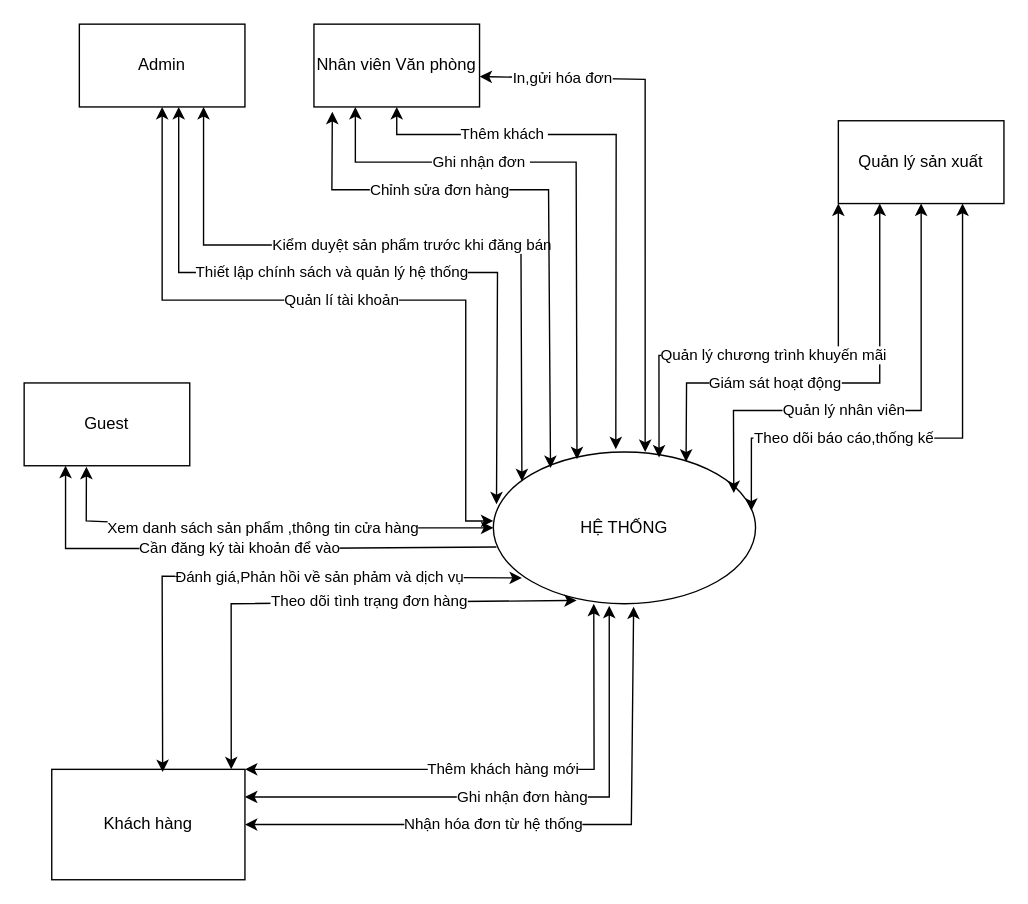
The draw.io diagram Quanlydonhanng_Bai2_context.drawio in NgoAnhThanThien/thanthien123, before the edit. Source tidied: cells renumbered, new cells numbered last; positions are measured from the earlier drawing's top-left corner, leaving out a move shared by most shapes. Both pictures are drawn from the tidied source at 138%, with x=0, y=0 at pixel (23, 23).
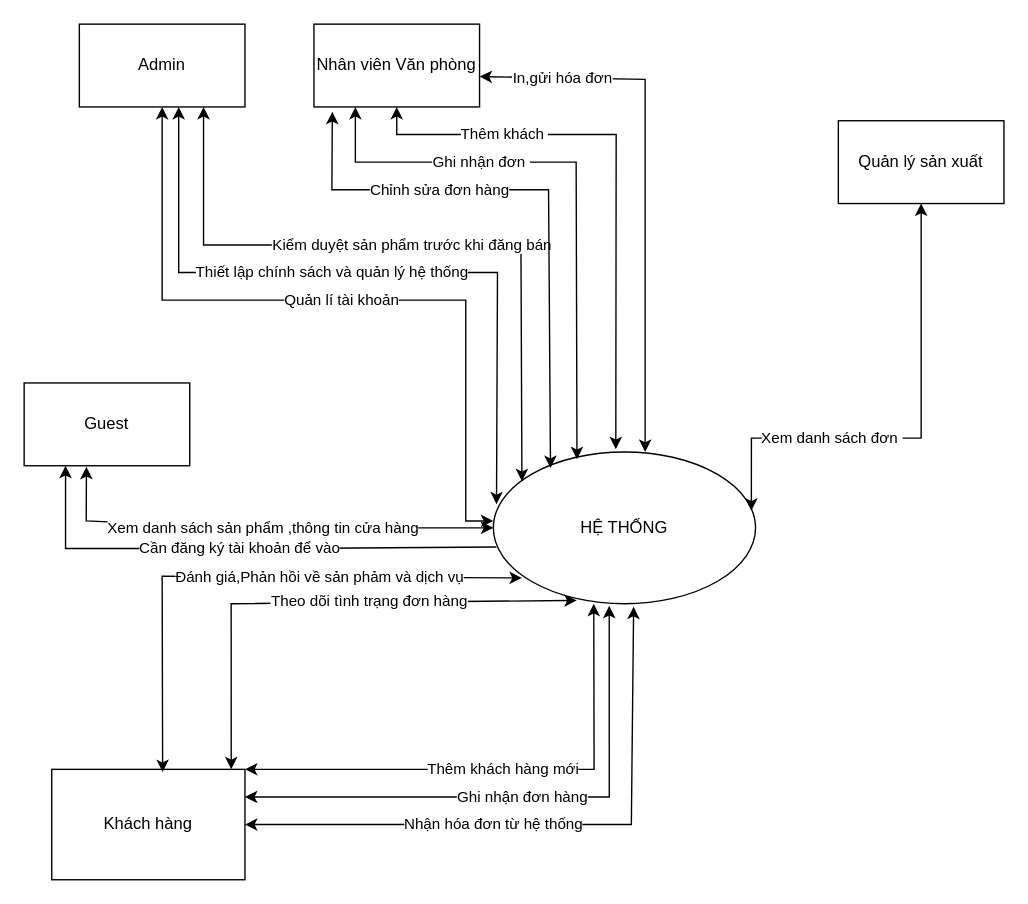
After the change.

The change refers to these unchanged cells:
```xml
<mxCell id="2" value="HỆ THỐNG" style="ellipse;whiteSpace=wrap;html=1;" parent="1" vertex="1">
  <mxGeometry x="340" y="310" width="190" height="110" as="geometry" />
</mxCell>
<mxCell id="7" value="Quản lý sản xuất" style="rounded=0;whiteSpace=wrap;html=1;" parent="1" vertex="1">
  <mxGeometry x="590" y="70" width="120" height="60" as="geometry" />
</mxCell>
```

What changed in the source:
```diff
@@
-    <mxCell id="11" value="Quản lý nhân viên" style="endArrow=classic;startArrow=classic;html=1;rounded=0;entryX=0.5;entryY=1;entryDx=0;entryDy=0;exitX=0.917;exitY=0.271;exitDx=0;exitDy=0;exitPerimeter=0;" parent="1" edge="1" source="2" target="7">
-      <mxGeometry x="-0.19" relative="1" as="geometry">
-        <Array as="points">
-          <mxPoint x="514" y="280" />
-          <mxPoint x="650" y="280" />
-        </Array>
-      </mxGeometry>
-    </mxCell>
@@
-    <mxCell id="22" value="Giám sát hoạt động" style="endArrow=classic;startArrow=classic;html=1;rounded=0;exitX=0.735;exitY=0.064;exitDx=0;exitDy=0;entryX=0.25;entryY=1;entryDx=0;entryDy=0;exitPerimeter=0;" parent="1" edge="1" source="2" target="7">
-      <mxGeometry x="-0.26" relative="1" as="geometry">
-        <Array as="points">
-          <mxPoint x="480" y="260" />
-          <mxPoint x="620" y="260" />
-        </Array>
-      </mxGeometry>
-    </mxCell>
-    <mxCell id="23" value="Quản lý chương trình khuyến mãi" style="endArrow=classic;startArrow=classic;html=1;rounded=0;exitX=0.632;exitY=0.036;exitDx=0;exitDy=0;exitPerimeter=0;entryX=0;entryY=1;entryDx=0;entryDy=0;" parent="1" edge="1" source="2" target="7">
-      <mxGeometry relative="1" as="geometry">
-        <Array as="points">
-          <mxPoint x="460" y="240" />
-          <mxPoint x="590" y="240" />
-        </Array>
-      </mxGeometry>
-    </mxCell>
-    <mxCell id="24" value="Theo dõi báo cáo,thống kế" style="endArrow=classic;startArrow=classic;html=1;rounded=0;exitX=0.984;exitY=0.387;exitDx=0;exitDy=0;exitPerimeter=0;entryX=0.75;entryY=1;entryDx=0;entryDy=0;" parent="1" edge="1" source="2" target="7">
+    <mxCell id="24" value="Xem danh sách đơn&amp;nbsp;" style="endArrow=classic;startArrow=classic;html=1;rounded=0;exitX=0.984;exitY=0.387;exitDx=0;exitDy=0;exitPerimeter=0;entryX=0.5;entryY=1;entryDx=0;entryDy=0;" parent="1" edge="1" source="2" target="7">
       <mxGeometry x="-0.36" relative="1" as="geometry">
         <Array as="points">
           <mxPoint x="527" y="300" />
-          <mxPoint x="680" y="300" />
+          <mxPoint x="650" y="300" />
         </Array>
       </mxGeometry>
     </mxCell>
```
